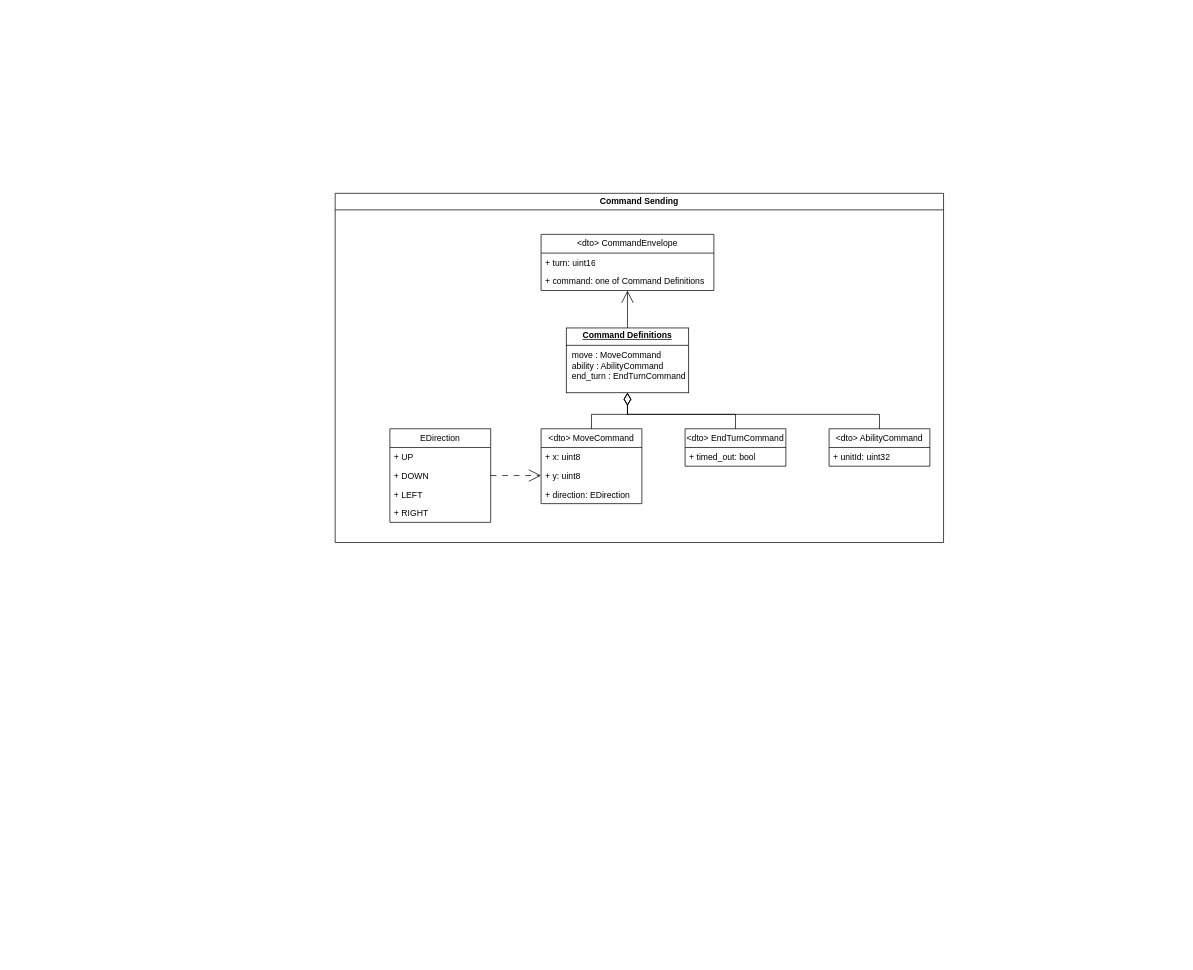
This is Comunication/MessageStructure.drawio from PrimalConquest/Documentation, a draw.io file, before an edit. Source tidied: cells renumbered, new cells numbered last; positions are measured from the earlier drawing's top-left corner, leaving out a move shared by most shapes. Both pictures are drawn from the tidied source at 72%, with x=0, y=0 at pixel (335, 193).
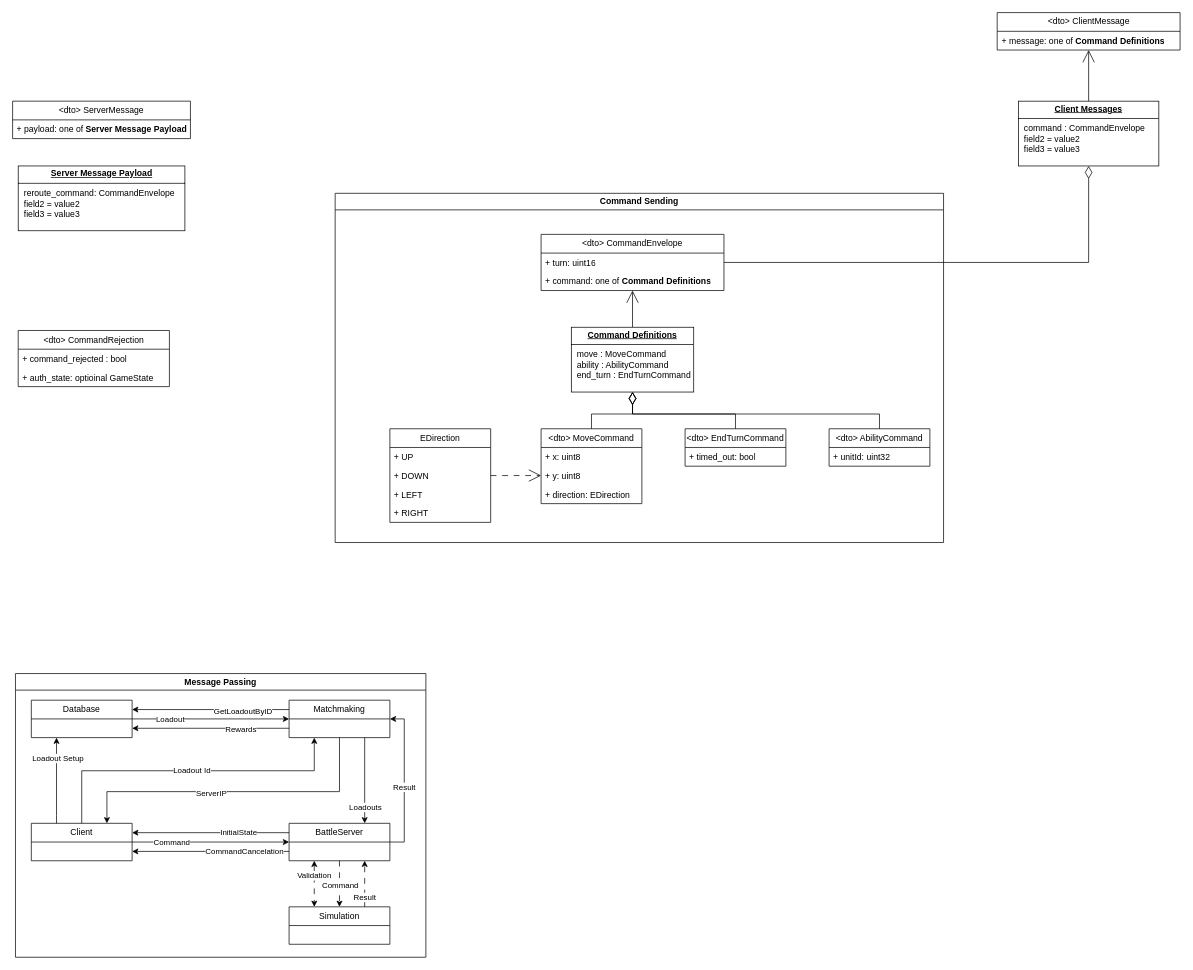
The same diagram, later.

Commit message:
message layout

The change refers to these unchanged cells:
```xml
<mxCell id="24" value="Command Sending" style="swimlane;whiteSpace=wrap;html=1;" parent="1" vertex="1">
  <mxGeometry width="845" height="485" as="geometry" />
</mxCell>
```

What changed in the source:
```diff
@@
     <mxCell id="2" value="&amp;lt;dto&amp;gt; CommandEnvelope" style="swimlane;fontStyle=0;horizontal=1;startSize=26;fillColor=none;whiteSpace=wrap;html=1;" parent="1" vertex="1">
-      <mxGeometry x="286" y="57" width="240" height="78" as="geometry" />
+      <mxGeometry x="286" y="57" width="254" height="78" as="geometry" />
     </mxCell>
     <mxCell id="3" value="+ turn: uint16" style="text;strokeColor=none;fillColor=none;align=left;verticalAlign=top;spacingLeft=4;spacingRight=4;overflow=hidden;points=[[0,0.5],[1,0.5]];portConstraint=eastwest;whiteSpace=wrap;html=1;" parent="2" vertex="1">
-      <mxGeometry y="26" width="240" height="26" as="geometry" />
+      <mxGeometry y="26" width="254" height="26" as="geometry" />
     </mxCell>
-    <mxCell id="4" value="+ command: one of Command Definitions" style="text;strokeColor=none;fillColor=none;align=left;verticalAlign=top;spacingLeft=4;spacingRight=4;overflow=hidden;whiteSpace=wrap;html=1;" parent="2" vertex="1">
-      <mxGeometry y="52" width="240" height="26" as="geometry" />
+    <mxCell id="4" value="+ command: one of&amp;nbsp;&lt;b style=&quot;text-align: center;&quot;&gt;Command Definitions&lt;/b&gt;&lt;div&gt;&lt;b style=&quot;text-align: center;&quot;&gt;&lt;br&gt;&lt;/b&gt;&lt;/div&gt;" style="text;strokeColor=none;fillColor=none;align=left;verticalAlign=top;spacingLeft=4;spacingRight=4;overflow=hidden;whiteSpace=wrap;html=1;" parent="2" vertex="1">
+      <mxGeometry y="52" width="254" height="26" as="geometry" />
     </mxCell>
@@
-    <mxCell id="6" value="&lt;p style=&quot;margin:0px;margin-top:4px;text-align:center;text-decoration:underline;&quot;&gt;&lt;b&gt;Command Definitions&lt;/b&gt;&lt;/p&gt;&lt;hr size=&quot;1&quot; style=&quot;border-style:solid;&quot;&gt;&lt;p style=&quot;margin:0px;margin-left:8px;&quot;&gt;move : MoveCommand&lt;br&gt;ability : AbilityCommand&lt;br&gt;end_turn : EndTurnCommand&lt;/p&gt;" style="verticalAlign=top;align=left;overflow=fill;html=1;whiteSpace=wrap;" parent="1" vertex="1">
-      <mxGeometry x="321" y="187" width="170" height="90" as="geometry" />
-    </mxCell>
@@
+    <mxCell id="6" value="&lt;p style=&quot;margin:0px;margin-top:4px;text-align:center;text-decoration:underline;&quot;&gt;&lt;b&gt;Command Definitions&lt;/b&gt;&lt;/p&gt;&lt;hr size=&quot;1&quot; style=&quot;border-style:solid;&quot;&gt;&lt;p style=&quot;margin:0px;margin-left:8px;&quot;&gt;move : MoveCommand&lt;br&gt;ability : AbilityCommand&lt;br&gt;end_turn : EndTurnCommand&lt;/p&gt;" style="verticalAlign=top;align=left;overflow=fill;html=1;whiteSpace=wrap;" parent="24" vertex="1">
+      <mxGeometry x="328" y="186" width="170" height="90" as="geometry" />
+    </mxCell>
+    <mxCell id="25" value="&amp;lt;dto&amp;gt; ServerMessage" style="swimlane;fontStyle=0;horizontal=1;startSize=26;fillColor=none;whiteSpace=wrap;html=1;" parent="1" vertex="1">
+      <mxGeometry x="-448" y="-128" width="247" height="52" as="geometry" />
+    </mxCell>
+    <mxCell id="26" value="+ payload: one of&amp;nbsp;&lt;b style=&quot;text-align: center;&quot;&gt;Server Message Payload&lt;/b&gt;&lt;div&gt;&lt;b style=&quot;text-align: center;&quot;&gt;&lt;br&gt;&lt;/b&gt;&lt;/div&gt;" style="text;strokeColor=none;fillColor=none;align=left;verticalAlign=top;spacingLeft=4;spacingRight=4;overflow=hidden;whiteSpace=wrap;html=1;" parent="25" vertex="1">
+      <mxGeometry y="26" width="247" height="26" as="geometry" />
+    </mxCell>
+    <mxCell id="27" value="&lt;p style=&quot;margin:0px;margin-top:4px;text-align:center;text-decoration:underline;&quot;&gt;&lt;b&gt;Server Message Payload&lt;/b&gt;&lt;/p&gt;&lt;hr size=&quot;1&quot; style=&quot;border-style:solid;&quot;&gt;&lt;p style=&quot;margin:0px;margin-left:8px;&quot;&gt;reroute_command: CommandEnvelope&lt;br&gt;field2 = value2&lt;br&gt;field3 = value3&lt;/p&gt;" style="verticalAlign=top;align=left;overflow=fill;html=1;whiteSpace=wrap;" parent="1" vertex="1">
+      <mxGeometry x="-440.2" y="-38" width="231.5" height="90" as="geometry" />
+    </mxCell>
+    <mxCell id="28" value="&amp;lt;dto&amp;gt; ClientMessage" style="swimlane;fontStyle=0;horizontal=1;startSize=26;fillColor=none;whiteSpace=wrap;html=1;" parent="1" vertex="1">
+      <mxGeometry x="919.5" y="-251" width="254" height="52" as="geometry" />
+    </mxCell>
+    <mxCell id="29" value="+ message: one of&amp;nbsp;&lt;b style=&quot;text-align: center;&quot;&gt;Command Definitions&lt;/b&gt;&lt;div&gt;&lt;b style=&quot;text-align: center;&quot;&gt;&lt;br&gt;&lt;/b&gt;&lt;/div&gt;" style="text;strokeColor=none;fillColor=none;align=left;verticalAlign=top;spacingLeft=4;spacingRight=4;overflow=hidden;whiteSpace=wrap;html=1;" parent="28" vertex="1">
+      <mxGeometry y="26" width="254" height="26" as="geometry" />
+    </mxCell>
+    <mxCell id="30" style="edgeStyle=orthogonalEdgeStyle;rounded=0;jettySize=auto;html=1;exitX=0.5;exitY=0;exitDx=0;exitDy=0;endArrow=open;endFill=0;endSize=15;" parent="1" edge="1" source="31" target="28">
+      <mxGeometry relative="1" as="geometry" />
+    </mxCell>
+    <mxCell id="31" value="&lt;p style=&quot;margin:0px;margin-top:4px;text-align:center;text-decoration:underline;&quot;&gt;&lt;b&gt;Client Messages&lt;/b&gt;&lt;/p&gt;&lt;hr size=&quot;1&quot; style=&quot;border-style:solid;&quot;&gt;&lt;p style=&quot;margin:0px;margin-left:8px;&quot;&gt;command : CommandEnvelope&lt;br&gt;field2 = value2&lt;br&gt;field3 = value3&lt;/p&gt;" style="verticalAlign=top;align=left;overflow=fill;html=1;whiteSpace=wrap;" parent="1" vertex="1">
+      <mxGeometry x="949" y="-128" width="195" height="90" as="geometry" />
+    </mxCell>
+    <mxCell id="32" style="edgeStyle=orthogonalEdgeStyle;rounded=0;jettySize=auto;html=1;exitX=1;exitY=0.5;exitDx=0;exitDy=0;entryX=0.5;entryY=1;entryDx=0;entryDy=0;endArrow=diamondThin;endFill=0;endSize=15;" parent="1" edge="1" source="3" target="31">
+      <mxGeometry relative="1" as="geometry" />
+    </mxCell>
+    <mxCell id="33" value="&amp;lt;dto&amp;gt; CommandRejection" style="swimlane;fontStyle=0;horizontal=1;startSize=26;fillColor=none;whiteSpace=wrap;html=1;" parent="1" vertex="1">
+      <mxGeometry x="-440.2" y="190.5" width="210" height="78" as="geometry" />
+    </mxCell>
+    <mxCell id="34" value="+ command_rejected : bool&amp;nbsp;" style="text;strokeColor=none;fillColor=none;align=left;verticalAlign=top;spacingLeft=4;spacingRight=4;overflow=hidden;whiteSpace=wrap;html=1;" parent="33" vertex="1">
+      <mxGeometry y="26" width="210" height="26" as="geometry" />
+    </mxCell>
+    <mxCell id="35" value="+ auth_state: optioinal GameState" style="text;strokeColor=none;fillColor=none;align=left;verticalAlign=top;spacingLeft=4;spacingRight=4;overflow=hidden;whiteSpace=wrap;html=1;" parent="33" vertex="1">
+      <mxGeometry y="52" width="210" height="26" as="geometry" />
+    </mxCell>
+    <mxCell id="36" style="edgeStyle=orthogonalEdgeStyle;rounded=0;jettySize=auto;html=1;exitX=0.25;exitY=0;exitDx=0;exitDy=0;entryX=0.25;entryY=1;entryDx=0;entryDy=0;" parent="1" edge="1" source="42" target="45">
+      <mxGeometry relative="1" as="geometry">
+        <Array as="points">
+          <mxPoint x="-387" y="864" />
+          <mxPoint x="-387" y="864" />
+        </Array>
+      </mxGeometry>
+    </mxCell>
+    <mxCell id="37" value="Loadout Setup" style="edgeLabel;html=1;align=center;verticalAlign=middle;" parent="36" vertex="1">
+      <mxGeometry x="0.08" y="1" relative="1" as="geometry">
+        <mxPoint x="2" y="-27" as="offset" />
+      </mxGeometry>
+    </mxCell>
+    <mxCell id="38" style="edgeStyle=orthogonalEdgeStyle;rounded=0;jettySize=auto;html=1;exitX=0.5;exitY=0;exitDx=0;exitDy=0;entryX=0.25;entryY=1;entryDx=0;entryDy=0;" parent="1" edge="1" source="42" target="54">
+      <mxGeometry relative="1" as="geometry">
+        <Array as="points">
+          <mxPoint x="-352" y="802" />
+          <mxPoint x="-29" y="802" />
+        </Array>
+      </mxGeometry>
+    </mxCell>
+    <mxCell id="39" value="Loadout Id" style="edgeLabel;html=1;align=center;verticalAlign=middle;" parent="38" vertex="1">
+      <mxGeometry x="0.02" y="3" relative="1" as="geometry">
+        <mxPoint y="1" as="offset" />
+      </mxGeometry>
+    </mxCell>
+    <mxCell id="40" style="edgeStyle=orthogonalEdgeStyle;rounded=0;jettySize=auto;html=1;exitX=1;exitY=0.5;exitDx=0;exitDy=0;entryX=0;entryY=0.5;entryDx=0;entryDy=0;" parent="1" edge="1" source="42" target="65">
+      <mxGeometry relative="1" as="geometry" />
+    </mxCell>
+    <mxCell id="41" value="Command" style="edgeLabel;html=1;align=center;verticalAlign=middle;" parent="40" vertex="1">
+      <mxGeometry x="-0.01" y="1" relative="1" as="geometry">
+        <mxPoint x="-54" y="1" as="offset" />
+      </mxGeometry>
+    </mxCell>
+    <mxCell id="42" value="Client" style="swimlane;fontStyle=0;horizontal=1;startSize=26;fillColor=none;whiteSpace=wrap;html=1;" parent="1" vertex="1">
+      <mxGeometry x="-422" y="875" width="140" height="52" as="geometry" />
+    </mxCell>
+    <mxCell id="43" style="edgeStyle=orthogonalEdgeStyle;rounded=0;jettySize=auto;html=1;exitX=1;exitY=0.5;exitDx=0;exitDy=0;entryX=0;entryY=0.5;entryDx=0;entryDy=0;" parent="1" edge="1" source="45" target="54">
+      <mxGeometry relative="1" as="geometry" />
+    </mxCell>
+    <mxCell id="44" value="Loadout" style="edgeLabel;html=1;align=center;verticalAlign=middle;" parent="43" vertex="1">
+      <mxGeometry y="1" relative="1" as="geometry">
+        <mxPoint x="-57" y="1" as="offset" />
+      </mxGeometry>
+    </mxCell>
+    <mxCell id="45" value="Database" style="swimlane;fontStyle=0;horizontal=1;startSize=26;fillColor=none;whiteSpace=wrap;html=1;" parent="1" vertex="1">
+      <mxGeometry x="-422" y="704" width="140" height="52" as="geometry" />
+    </mxCell>
+    <mxCell id="46" style="edgeStyle=orthogonalEdgeStyle;rounded=0;jettySize=auto;html=1;exitX=0;exitY=0.25;exitDx=0;exitDy=0;entryX=1;entryY=0.25;entryDx=0;entryDy=0;" parent="1" edge="1" source="54" target="45">
+      <mxGeometry relative="1" as="geometry" />
+    </mxCell>
+    <mxCell id="47" value="GetLoadoutByID" style="edgeLabel;html=1;align=center;verticalAlign=middle;" parent="46" vertex="1">
+      <mxGeometry x="0.03" relative="1" as="geometry">
+        <mxPoint x="47" y="1" as="offset" />
+      </mxGeometry>
+    </mxCell>
+    <mxCell id="48" style="edgeStyle=orthogonalEdgeStyle;rounded=0;jettySize=auto;html=1;exitX=0.75;exitY=1;exitDx=0;exitDy=0;entryX=0.75;entryY=0;entryDx=0;entryDy=0;" parent="1" edge="1" source="54" target="65">
+      <mxGeometry relative="1" as="geometry" />
+    </mxCell>
+    <mxCell id="49" value="Loadouts" style="edgeLabel;html=1;align=center;verticalAlign=middle;" parent="48" vertex="1">
+      <mxGeometry x="0.38" relative="1" as="geometry">
+        <mxPoint y="14" as="offset" />
+      </mxGeometry>
+    </mxCell>
+    <mxCell id="50" style="edgeStyle=orthogonalEdgeStyle;rounded=0;jettySize=auto;html=1;exitX=0.5;exitY=1;exitDx=0;exitDy=0;entryX=0.75;entryY=0;entryDx=0;entryDy=0;" parent="1" edge="1" source="54" target="42">
+      <mxGeometry relative="1" as="geometry">
+        <Array as="points">
+          <mxPoint x="6" y="831" />
+          <mxPoint x="-317" y="831" />
+        </Array>
+      </mxGeometry>
+    </mxCell>
+    <mxCell id="51" value="ServerIP" style="edgeLabel;html=1;align=center;verticalAlign=middle;" parent="50" vertex="1">
+      <mxGeometry x="0.15" y="1" relative="1" as="geometry" />
+    </mxCell>
+    <mxCell id="52" style="edgeStyle=orthogonalEdgeStyle;rounded=0;jettySize=auto;html=1;exitX=0;exitY=0.75;exitDx=0;exitDy=0;entryX=1;entryY=0.75;entryDx=0;entryDy=0;" parent="1" edge="1" source="54" target="45">
+      <mxGeometry relative="1" as="geometry" />
+    </mxCell>
+    <mxCell id="53" value="Rewards" style="edgeLabel;html=1;align=center;verticalAlign=middle;" parent="52" vertex="1">
+      <mxGeometry x="0.03" y="2" relative="1" as="geometry">
+        <mxPoint x="44" y="-1" as="offset" />
+      </mxGeometry>
+    </mxCell>
+    <mxCell id="54" value="Matchmaking" style="swimlane;fontStyle=0;horizontal=1;startSize=26;fillColor=none;whiteSpace=wrap;html=1;" parent="1" vertex="1">
+      <mxGeometry x="-64" y="704" width="140" height="52" as="geometry" />
+    </mxCell>
+    <mxCell id="55" style="edgeStyle=orthogonalEdgeStyle;rounded=0;jettySize=auto;html=1;exitX=0;exitY=0.25;exitDx=0;exitDy=0;entryX=1;entryY=0.25;entryDx=0;entryDy=0;" parent="1" edge="1" source="65" target="42">
+      <mxGeometry relative="1" as="geometry" />
+    </mxCell>
+    <mxCell id="56" value="InitialState" style="edgeLabel;html=1;align=center;verticalAlign=middle;" parent="55" vertex="1">
+      <mxGeometry x="-0.03" relative="1" as="geometry">
+        <mxPoint x="35" y="-1" as="offset" />
+      </mxGeometry>
+    </mxCell>
+    <mxCell id="57" style="edgeStyle=orthogonalEdgeStyle;rounded=0;jettySize=auto;html=1;exitX=0;exitY=0.75;exitDx=0;exitDy=0;entryX=1;entryY=0.75;entryDx=0;entryDy=0;" parent="1" edge="1" source="65" target="42">
+      <mxGeometry relative="1" as="geometry" />
+    </mxCell>
+    <mxCell id="58" value="CommandCancelation" style="edgeLabel;html=1;align=center;verticalAlign=middle;" parent="57" vertex="1">
+      <mxGeometry x="0.02" y="-1" relative="1" as="geometry">
+        <mxPoint x="48" as="offset" />
+      </mxGeometry>
+    </mxCell>
+    <mxCell id="59" style="edgeStyle=orthogonalEdgeStyle;rounded=0;jettySize=auto;html=1;exitX=0.25;exitY=1;exitDx=0;exitDy=0;entryX=0.25;entryY=0;entryDx=0;entryDy=0;startArrow=classic;startFill=1;dashed=1;dashPattern=8 8;" parent="1" edge="1" source="65" target="68">
+      <mxGeometry relative="1" as="geometry" />
+    </mxCell>
+    <mxCell id="60" value="&lt;div&gt;&lt;span style=&quot;background-color: light-dark(#ffffff, var(--ge-dark-color, #121212)); color: light-dark(rgb(0, 0, 0), rgb(255, 255, 255));&quot;&gt;Validation&lt;/span&gt;&lt;/div&gt;" style="edgeLabel;html=1;align=center;verticalAlign=middle;" parent="59" vertex="1">
+      <mxGeometry x="-0.03" y="-1" relative="1" as="geometry">
+        <mxPoint y="-11" as="offset" />
+      </mxGeometry>
+    </mxCell>
+    <mxCell id="61" style="edgeStyle=orthogonalEdgeStyle;rounded=0;jettySize=auto;html=1;exitX=0.5;exitY=1;exitDx=0;exitDy=0;entryX=0.5;entryY=0;entryDx=0;entryDy=0;dashed=1;dashPattern=8 8;" parent="1" edge="1" source="65" target="68">
+      <mxGeometry relative="1" as="geometry" />
+    </mxCell>
+    <mxCell id="62" value="Command" style="edgeLabel;html=1;align=center;verticalAlign=middle;" parent="61" vertex="1">
+      <mxGeometry x="-0.11" y="-1" relative="1" as="geometry">
+        <mxPoint x="1" y="6" as="offset" />
+      </mxGeometry>
+    </mxCell>
+    <mxCell id="63" style="edgeStyle=orthogonalEdgeStyle;rounded=0;jettySize=auto;html=1;exitX=1;exitY=0.5;exitDx=0;exitDy=0;entryX=1;entryY=0.5;entryDx=0;entryDy=0;" parent="1" edge="1" source="65" target="54">
+      <mxGeometry relative="1" as="geometry" />
+    </mxCell>
+    <mxCell id="64" value="Result" style="edgeLabel;html=1;align=center;verticalAlign=middle;" parent="63" vertex="1">
+      <mxGeometry x="-0.08" y="1" relative="1" as="geometry" />
+    </mxCell>
+    <mxCell id="65" value="BattleServer" style="swimlane;fontStyle=0;horizontal=1;startSize=26;fillColor=none;whiteSpace=wrap;html=1;" parent="1" vertex="1">
+      <mxGeometry x="-64" y="875" width="140" height="52" as="geometry" />
+    </mxCell>
+    <mxCell id="66" style="edgeStyle=orthogonalEdgeStyle;rounded=0;jettySize=auto;html=1;exitX=0.75;exitY=0;exitDx=0;exitDy=0;entryX=0.75;entryY=1;entryDx=0;entryDy=0;dashed=1;dashPattern=8 8;" parent="1" edge="1" source="68" target="65">
+      <mxGeometry relative="1" as="geometry" />
+    </mxCell>
+    <mxCell id="67" value="Result" style="edgeLabel;html=1;align=center;verticalAlign=middle;" parent="66" vertex="1">
+      <mxGeometry x="-0.56" y="1" relative="1" as="geometry" />
+    </mxCell>
+    <mxCell id="68" value="Simulation" style="swimlane;fontStyle=0;horizontal=1;startSize=26;fillColor=none;whiteSpace=wrap;html=1;" parent="1" vertex="1">
+      <mxGeometry x="-64" y="991" width="140" height="52" as="geometry" />
+    </mxCell>
+    <mxCell id="69" value="Message Passing" style="swimlane;whiteSpace=wrap;html=1;" parent="1" vertex="1">
+      <mxGeometry x="-444" y="667" width="570" height="394" as="geometry" />
+    </mxCell>
```
